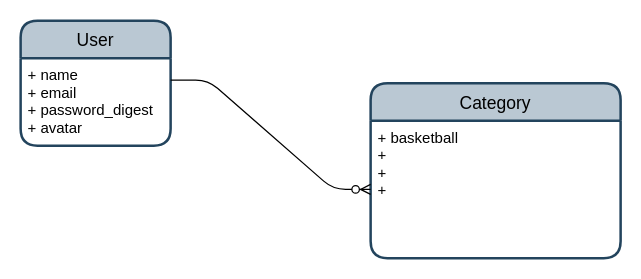
fentybit/KnowItAll_backend keeps this draw.io diagram as erd.drawio. Above is the earlier version. Source tidied: cells renumbered, new cells numbered last; positions are measured from the earlier drawing's top-left corner, leaving out a move shared by most shapes. Both pictures are drawn from the tidied source at 125%, with x=0, y=0 at pixel (20, 20).
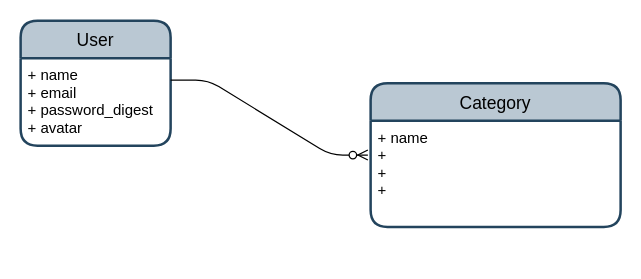
After the change.

Change to the diagram source:
```diff
@@
 <mxGraphModel>
   <root>
     <mxCell id="0" />
     <mxCell id="1" parent="0" />
     <mxCell id="2" value="User" style="swimlane;horizontal=1;startSize=30;rounded=1;fontSize=14;fontStyle=0;strokeWidth=2;shadow=0;dashed=0;align=center;fillColor=#bac8d3;strokeColor=#23445D;" parent="1" vertex="1">
       <mxGeometry width="120" height="100" as="geometry" />
     </mxCell>
     <mxCell id="3" value="+ name&#10;+ email&#10;+ password_digest&#10;+ avatar" style="align=left;strokeColor=none;fillColor=none;spacingLeft=4;fontSize=12;verticalAlign=top;" parent="2" vertex="1">
       <mxGeometry y="30" width="120" height="70" as="geometry" />
     </mxCell>
     <mxCell id="4" value="Category" style="swimlane;horizontal=1;startSize=30;rounded=1;fontSize=14;fontStyle=0;strokeWidth=2;shadow=0;dashed=0;align=center;fillColor=#bac8d3;strokeColor=#23445D;" parent="1" vertex="1">
-      <mxGeometry x="280" y="50" width="200" height="140" as="geometry" />
+      <mxGeometry x="280" y="50" width="200" height="115" as="geometry" />
     </mxCell>
-    <mxCell id="5" value="+ basketball&#10;+ &#10;+ &#10;+ " style="align=left;strokeColor=none;fillColor=none;spacingLeft=4;fontSize=12;verticalAlign=top;" parent="4" vertex="1">
-      <mxGeometry y="30" width="200" height="110" as="geometry" />
+    <mxCell id="5" value="+ name&#10;+ &#10;+ &#10;+ " style="align=left;strokeColor=none;fillColor=none;spacingLeft=4;fontSize=12;verticalAlign=top;" parent="4" vertex="1">
+      <mxGeometry y="30" width="200" height="85" as="geometry" />
     </mxCell>
-    <mxCell id="6" style="edgeStyle=entityRelationEdgeStyle;fontSize=12;html=1;endArrow=ERzeroToMany;endFill=1;exitX=1;exitY=0.25;exitDx=0;exitDy=0;entryX=0;entryY=0.5;entryDx=0;entryDy=0;" parent="1" edge="1" source="3" target="5">
+    <mxCell id="6" style="edgeStyle=entityRelationEdgeStyle;fontSize=12;html=1;endArrow=ERzeroToMany;endFill=1;exitX=1;exitY=0.25;exitDx=0;exitDy=0;entryX=-0.011;entryY=0.324;entryDx=0;entryDy=0;entryPerimeter=0;" parent="1" edge="1" source="3" target="5">
       <mxGeometry relative="1" as="geometry" />
     </mxCell>
   </root>
 </mxGraphModel>
```
